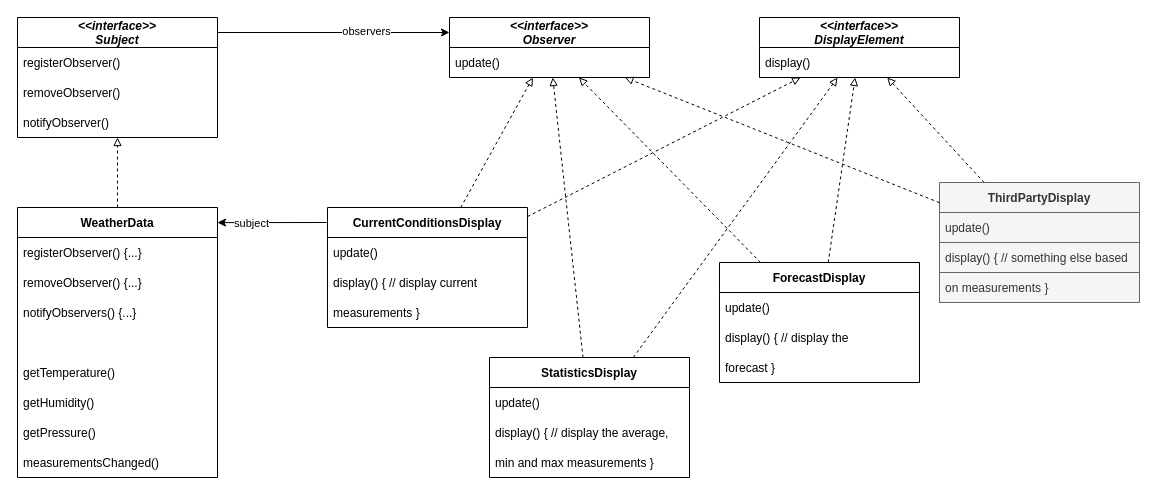
Earlier version of the draw.io diagram head-first-design-patterns/diagrams/02_03_weather_monitoring_observer_pattern.drawio (huyurt/book-summary). Source tidied: cells renumbered, new cells numbered last; positions are measured from the earlier drawing's top-left corner, leaving out a move shared by most shapes. Both pictures are drawn from the tidied source at 100%, with x=0, y=0 at pixel (17, 17).
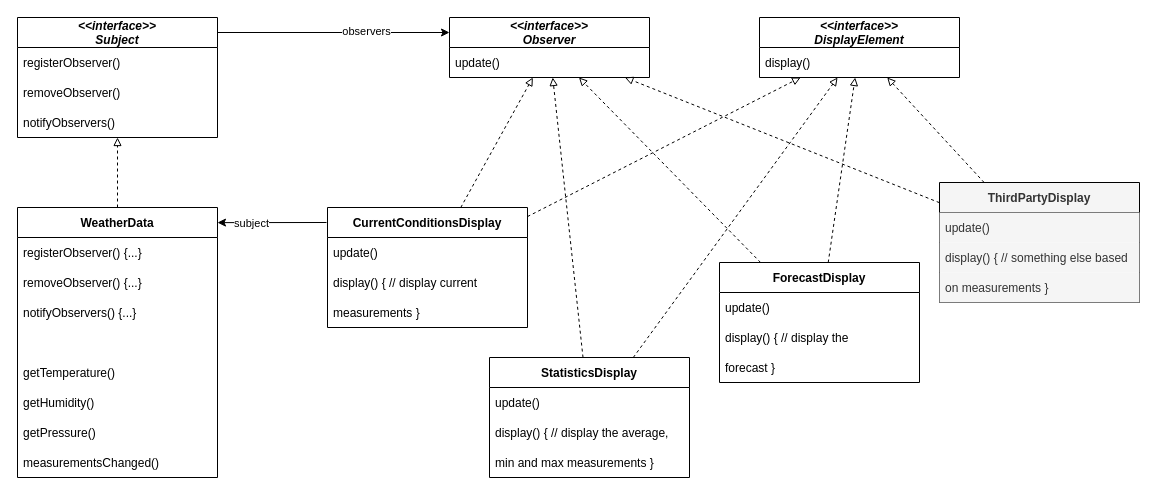
After the change.

Commit message (it also covers changes not shown here):
observer pattern - 3

The change refers to these unchanged cells:
```xml
<mxCell id="2" value="&lt;&lt;interface&gt;&gt;&#10;Subject" style="swimlane;fontStyle=3;horizontal=1;startSize=30;" parent="1" vertex="1">
  <mxGeometry width="200" height="120" as="geometry" />
</mxCell>
```

What changed in the source:
```diff
@@
-    <mxCell id="5" value="notifyObserver()" style="text;strokeColor=none;fillColor=none;align=left;verticalAlign=middle;spacingLeft=4;spacingRight=4;overflow=hidden;" parent="2" vertex="1">
+    <mxCell id="5" value="notifyObservers()" style="text;strokeColor=none;fillColor=none;align=left;verticalAlign=middle;spacingLeft=4;spacingRight=4;overflow=hidden;" parent="2" vertex="1">
       <mxGeometry y="90" width="200" height="30" as="geometry" />
     </mxCell>
@@
-    <mxCell id="37" value="ThirdPartyDisplay" style="swimlane;fontStyle=1;horizontal=1;startSize=30;fillColor=#f5f5f5;fontColor=#333333;strokeColor=#666666;" parent="1" vertex="1">
+    <mxCell id="37" value="ThirdPartyDisplay" style="swimlane;fontStyle=1;horizontal=1;startSize=30;fillColor=#f5f5f5;fontColor=#333333;strokeColor=default;" parent="1" vertex="1">
       <mxGeometry x="922" y="165" width="200" height="120" as="geometry" />
     </mxCell>
-    <mxCell id="38" value="update()" style="text;strokeColor=#666666;fillColor=#f5f5f5;align=left;verticalAlign=middle;spacingLeft=4;spacingRight=4;overflow=hidden;fontColor=#333333;" parent="37" vertex="1">
+    <mxCell id="38" value="update()" style="text;strokeColor=none;fillColor=#f5f5f5;align=left;verticalAlign=middle;spacingLeft=4;spacingRight=4;overflow=hidden;fontColor=#333333;" parent="37" vertex="1">
       <mxGeometry y="30" width="200" height="30" as="geometry" />
     </mxCell>
-    <mxCell id="39" value="display() { // something else based" style="text;strokeColor=#666666;fillColor=#f5f5f5;align=left;verticalAlign=middle;spacingLeft=4;spacingRight=4;overflow=hidden;fontColor=#333333;" parent="37" vertex="1">
+    <mxCell id="39" value="display() { // something else based" style="text;strokeColor=none;fillColor=#f5f5f5;align=left;verticalAlign=middle;spacingLeft=4;spacingRight=4;overflow=hidden;fontColor=#333333;" parent="37" vertex="1">
       <mxGeometry y="60" width="200" height="30" as="geometry" />
     </mxCell>
-    <mxCell id="40" value="on measurements }" style="text;strokeColor=#666666;fillColor=#f5f5f5;align=left;verticalAlign=middle;spacingLeft=4;spacingRight=4;overflow=hidden;fontColor=#333333;" parent="37" vertex="1">
+    <mxCell id="40" value="on measurements }" style="text;strokeColor=none;fillColor=#f5f5f5;align=left;verticalAlign=middle;spacingLeft=4;spacingRight=4;overflow=hidden;fontColor=#333333;" parent="37" vertex="1">
       <mxGeometry y="90" width="200" height="30" as="geometry" />
     </mxCell>
```
